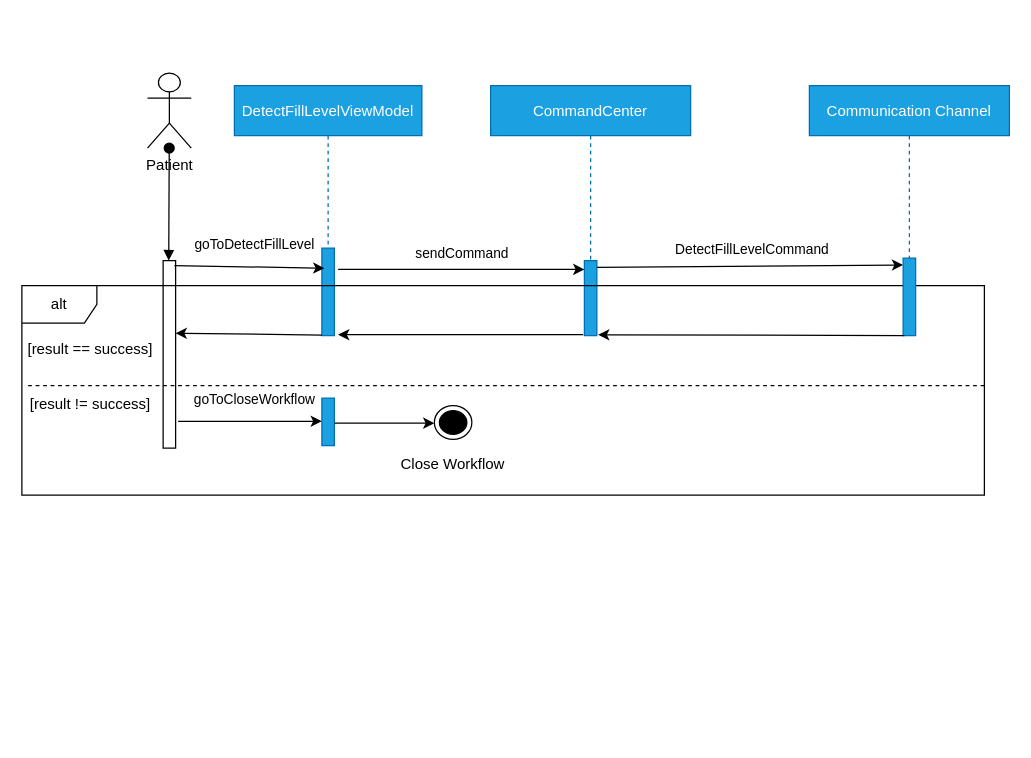
Before: Diagrama sin título.drawio in vespasoft/my_uml_diagrams, a draw.io diagram. Source tidied: cells renumbered, new cells numbered last; positions are measured from the earlier drawing's top-left corner, leaving out a move shared by most shapes. Both pictures are drawn from the tidied source at 125%, with x=0, y=0 at pixel (21, 72).
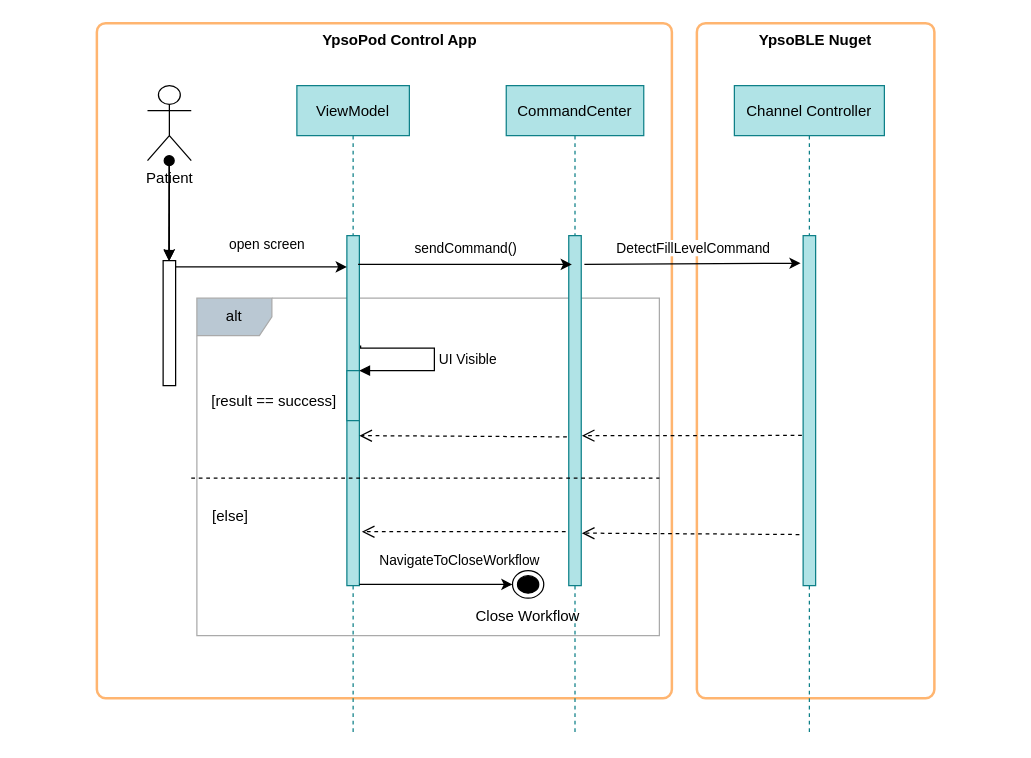
The same diagram, later.

What changed in the source:
```diff
@@
+    <mxCell id="26" style="rounded=1;whiteSpace=wrap;html=1;absoluteArcSize=1;arcSize=14;strokeWidth=2;strokeColor=#FFB570;" parent="1" vertex="1">
+      <mxGeometry x="540" y="-40" width="190" height="540" as="geometry" />
+    </mxCell>
+    <mxCell id="27" style="rounded=1;whiteSpace=wrap;html=1;absoluteArcSize=1;arcSize=14;strokeWidth=2;strokeColor=#FFB570;" parent="1" vertex="1">
+      <mxGeometry x="60" y="-40" width="460" height="540" as="geometry" />
+    </mxCell>
+    <mxCell id="15" value="alt" style="shape=umlFrame;whiteSpace=wrap;html=1;fillColor=#bac8d3;strokeColor=#AAAAAA;" parent="1" vertex="1">
+      <mxGeometry x="140" y="180" width="370" height="270" as="geometry" />
+    </mxCell>
-    <mxCell id="2" value="DetectFillLevelViewModel" style="shape=umlLifeline;perimeter=lifelinePerimeter;rounded=0;shadow=0;strokeWidth=1;fillColor=#1ba1e2;fontColor=#ffffff;strokeColor=#006EAF;" parent="1" vertex="1">
-      <mxGeometry x="170" y="10" width="150" height="130" as="geometry" />
+    <mxCell id="2" value="ViewModel" style="shape=umlLifeline;perimeter=lifelinePerimeter;rounded=0;shadow=0;strokeWidth=1;fillColor=#b0e3e6;strokeColor=#0e8088;" parent="1" vertex="1">
+      <mxGeometry x="220" y="10" width="90" height="520" as="geometry" />
     </mxCell>
-    <mxCell id="3" value="CommandCenter" style="shape=umlLifeline;perimeter=lifelinePerimeter;rounded=0;shadow=0;strokeWidth=1;fillColor=#1ba1e2;fontColor=#ffffff;strokeColor=#006EAF;" parent="1" vertex="1">
-      <mxGeometry x="375" y="10" width="160" height="140" as="geometry" />
+    <mxCell id="3" value="CommandCenter" style="shape=umlLifeline;perimeter=lifelinePerimeter;rounded=0;shadow=0;strokeWidth=1;fillColor=#b0e3e6;strokeColor=#0e8088;" parent="1" vertex="1">
+      <mxGeometry x="387.5" y="10" width="110" height="520" as="geometry" />
     </mxCell>
+    <mxCell id="28" style="edgeStyle=orthogonalEdgeStyle;rounded=0;jettySize=auto;html=1;" parent="1" edge="1" source="4" target="6">
+      <mxGeometry relative="1" as="geometry" />
+    </mxCell>
+    <mxCell id="29" style="edgeStyle=orthogonalEdgeStyle;rounded=0;jettySize=auto;html=1;" parent="1" edge="1" source="4" target="6">
+      <mxGeometry relative="1" as="geometry" />
+    </mxCell>
     <mxCell id="4" value="Patient" style="shape=umlActor;verticalLabelPosition=bottom;verticalAlign=top;html=1;outlineConnect=0;" parent="1" vertex="1">
-      <mxGeometry x="100.5" width="35" height="60" as="geometry" />
+      <mxGeometry x="100.5" y="10" width="35" height="60" as="geometry" />
     </mxCell>
@@
     <mxCell id="6" style="points=[];perimeter=orthogonalPerimeter;rounded=0;shadow=0;strokeWidth=1;" parent="1" vertex="1">
-      <mxGeometry x="113" y="150" width="10" height="150" as="geometry" />
+      <mxGeometry x="113" y="150" width="10" height="100" as="geometry" />
     </mxCell>
-    <mxCell id="7" style="points=[];perimeter=orthogonalPerimeter;rounded=0;shadow=0;strokeWidth=1;fillColor=#1ba1e2;fontColor=#ffffff;strokeColor=#006EAF;" parent="1" vertex="1">
-      <mxGeometry x="240" y="140" width="10" height="70" as="geometry" />
+    <mxCell id="7" style="points=[];perimeter=orthogonalPerimeter;rounded=0;shadow=0;strokeWidth=1;fillColor=#b0e3e6;strokeColor=#0e8088;" parent="1" vertex="1">
+      <mxGeometry x="260" y="130" width="10" height="280" as="geometry" />
     </mxCell>
-    <mxCell id="8" style="points=[];perimeter=orthogonalPerimeter;rounded=0;shadow=0;strokeWidth=1;fillColor=#1ba1e2;fontColor=#ffffff;strokeColor=#006EAF;" parent="1" vertex="1">
-      <mxGeometry x="450" y="150" width="10" height="60" as="geometry" />
+    <mxCell id="8" style="points=[];perimeter=orthogonalPerimeter;rounded=0;shadow=0;strokeWidth=1;fillColor=#b0e3e6;strokeColor=#0e8088;" parent="1" vertex="1">
+      <mxGeometry x="437.5" y="130" width="10" height="280" as="geometry" />
     </mxCell>
-    <mxCell id="9" value="goToDetectFillLevel" style="endArrow=classic;html=1;rounded=0;exitX=0.9;exitY=0.027;exitDx=0;exitDy=0;exitPerimeter=0;entryX=0.2;entryY=0.229;entryDx=0;entryDy=0;entryPerimeter=0;" parent="1" edge="1" source="6" target="7">
-      <mxGeometry x="0.06" y="18" relative="1" as="geometry" />
+    <mxCell id="9" value="open screen" style="endArrow=classic;html=1;rounded=0;exitX=1;exitY=0.03;exitDx=0;exitDy=0;exitPerimeter=0;" parent="1" edge="1">
+      <mxGeometry x="0.06" y="18" relative="1" as="geometry">
+        <mxPoint x="123" y="155" as="sourcePoint" />
+        <mxPoint x="260" y="155" as="targetPoint" />
+      </mxGeometry>
     </mxCell>
-    <mxCell id="10" style="endArrow=classic;html=1;rounded=0;entryX=1.3;entryY=0.989;entryDx=0;entryDy=0;entryPerimeter=0;exitX=-0.1;exitY=0.988;exitDx=0;exitDy=0;exitPerimeter=0;" parent="1" edge="1" source="8" target="7">
-      <mxGeometry relative="1" as="geometry" />
-    </mxCell>
-    <mxCell id="11" value="sendCommand" style="endArrow=classic;html=1;rounded=0;exitX=1.3;exitY=0.111;exitDx=0;exitDy=0;exitPerimeter=0;" parent="1" edge="1">
+    <mxCell id="11" value="sendCommand()" style="endArrow=classic;html=1;rounded=0;exitX=0.9;exitY=0.082;exitDx=0;exitDy=0;exitPerimeter=0;" parent="1" edge="1" source="7">
       <mxGeometry x="0.01" y="13" relative="1" as="geometry">
-        <mxPoint x="253" y="157" as="sourcePoint" />
-        <mxPoint x="450" y="157" as="targetPoint" />
+        <mxPoint x="440" y="153" as="targetPoint" />
       </mxGeometry>
     </mxCell>
-    <mxCell id="12" value="Communication Channel" style="shape=umlLifeline;perimeter=lifelinePerimeter;rounded=0;shadow=0;strokeWidth=1;fillColor=#1ba1e2;fontColor=#ffffff;strokeColor=#006EAF;" parent="1" vertex="1">
-      <mxGeometry x="630" y="10" width="160" height="140" as="geometry" />
+    <mxCell id="12" value="Channel Controller" style="shape=umlLifeline;perimeter=lifelinePerimeter;rounded=0;shadow=0;strokeWidth=1;fillColor=#b0e3e6;strokeColor=#0e8088;" parent="1" vertex="1">
+      <mxGeometry x="570" y="10" width="120" height="520" as="geometry" />
     </mxCell>
+    <mxCell id="17" style="points=[];perimeter=orthogonalPerimeter;rounded=0;shadow=0;strokeWidth=1;fillColor=#b0e3e6;strokeColor=#0e8088;" parent="12" vertex="1">
+      <mxGeometry x="55" y="120" width="10" height="280" as="geometry" />
+    </mxCell>
-    <mxCell id="13" value="DetectFillLevelCommand" style="endArrow=classic;html=1;rounded=0;exitX=1.3;exitY=0.111;exitDx=0;exitDy=0;exitPerimeter=0;entryX=0;entryY=0.088;entryDx=0;entryDy=0;entryPerimeter=0;" parent="1" edge="1" target="17">
+    <mxCell id="13" value="DetectFillLevelCommand" style="endArrow=classic;html=1;rounded=0;entryX=-0.2;entryY=0.079;entryDx=0;entryDy=0;entryPerimeter=0;" parent="1" edge="1" target="17">
       <mxGeometry x="0.01" y="13" relative="1" as="geometry">
-        <mxPoint x="460" y="155.4" as="sourcePoint" />
+        <mxPoint x="450" y="153" as="sourcePoint" />
       </mxGeometry>
     </mxCell>
-    <mxCell id="14" style="endArrow=classic;html=1;rounded=0;exitX=0;exitY=0.993;exitDx=0;exitDy=0;exitPerimeter=0;entryX=1;entryY=0.387;entryDx=0;entryDy=0;entryPerimeter=0;" parent="1" edge="1" source="7" target="6">
-      <mxGeometry x="0.09" y="-20" relative="1" as="geometry" />
-    </mxCell>
-    <mxCell id="15" value="alt" style="shape=umlFrame;whiteSpace=wrap;html=1;" parent="1" vertex="1">
-      <mxGeometry y="170" width="770" height="167.5" as="geometry" />
-    </mxCell>
     <mxCell id="16" value="[result == success]" style="text;html=1;strokeColor=none;fillColor=none;align=center;verticalAlign=middle;whiteSpace=wrap;rounded=0;" parent="1" vertex="1">
-      <mxGeometry y="206" width="110" height="30" as="geometry" />
+      <mxGeometry x="147" y="248" width="110" height="30" as="geometry" />
     </mxCell>
-    <mxCell id="17" style="points=[];perimeter=orthogonalPerimeter;rounded=0;shadow=0;strokeWidth=1;fillColor=#1ba1e2;fontColor=#ffffff;strokeColor=#006EAF;" parent="1" vertex="1">
-      <mxGeometry x="705" y="148" width="10" height="62" as="geometry" />
-    </mxCell>
-    <mxCell id="18" style="endArrow=classic;html=1;rounded=0;exitX=0.1;exitY=1;exitDx=0;exitDy=0;exitPerimeter=0;entryX=1.1;entryY=0.988;entryDx=0;entryDy=0;entryPerimeter=0;" parent="1" edge="1" source="17" target="8">
-      <mxGeometry relative="1" as="geometry" />
-    </mxCell>
-    <mxCell id="19" style="endArrow=none;dashed=1;html=1;rounded=0;exitX=0;exitY=0;exitDx=0;exitDy=0;entryX=1;entryY=0.478;entryDx=0;entryDy=0;entryPerimeter=0;" parent="1" edge="1" source="20" target="15">
-      <mxGeometry relative="1" as="geometry">
-        <Array as="points">
-          <mxPoint x="340" y="250" />
-          <mxPoint x="670" y="250" />
-        </Array>
-      </mxGeometry>
-    </mxCell>
-    <mxCell id="20" value="[result != success]" style="text;html=1;strokeColor=none;fillColor=none;align=center;verticalAlign=middle;whiteSpace=wrap;rounded=0;" parent="1" vertex="1">
-      <mxGeometry x="5" y="250" width="100" height="30" as="geometry" />
+    <mxCell id="20" value="[else]" style="text;html=1;strokeColor=none;fillColor=none;align=center;verticalAlign=middle;whiteSpace=wrap;rounded=0;" parent="1" vertex="1">
+      <mxGeometry x="147" y="340" width="40" height="30" as="geometry" />
     </mxCell>
-    <mxCell id="21" style="perimeter=orthogonalPerimeter;rounded=0;shadow=0;strokeWidth=1;fillColor=#1ba1e2;fontColor=#ffffff;strokeColor=#006EAF;" parent="1" vertex="1">
-      <mxGeometry x="240" y="260" width="10" height="38" as="geometry" />
-    </mxCell>
-    <mxCell id="22" value="goToCloseWorkflow" style="endArrow=classic;html=1;rounded=0;exitX=1.2;exitY=0.037;exitDx=0;exitDy=0;exitPerimeter=0;" parent="1" edge="1">
-      <mxGeometry x="0.06" y="18" relative="1" as="geometry">
-        <mxPoint x="125" y="278.5" as="sourcePoint" />
-        <mxPoint x="240" y="278.5" as="targetPoint" />
+    <mxCell id="22" value="NavigateToCloseWorkflow" style="endArrow=classic;html=1;rounded=0;exitX=1.2;exitY=0.037;exitDx=0;exitDy=0;exitPerimeter=0;entryX=0;entryY=0.5;entryDx=0;entryDy=0;" parent="1" edge="1" target="23">
+      <mxGeometry x="0.31" y="19" relative="1" as="geometry">
+        <mxPoint x="270" y="409" as="sourcePoint" />
       </mxGeometry>
     </mxCell>
     <mxCell id="23" style="ellipse;html=1;shape=endState;fillColor=#000000;strokeColor=#000000;" parent="1" vertex="1">
-      <mxGeometry x="330" y="266" width="30" height="27" as="geometry" />
+      <mxGeometry x="392.5" y="398" width="25" height="22" as="geometry" />
     </mxCell>
-    <mxCell id="24" style="endArrow=classic;html=1;rounded=0;exitX=1.2;exitY=0.037;exitDx=0;exitDy=0;exitPerimeter=0;" parent="1" edge="1">
-      <mxGeometry x="0.05" y="18" relative="1" as="geometry">
-        <mxPoint x="250" y="280" as="sourcePoint" />
-        <mxPoint x="330" y="280" as="targetPoint" />
-      </mxGeometry>
-    </mxCell>
     <mxCell id="25" value="Close Workflow" style="text;html=1;strokeColor=none;fillColor=none;align=center;verticalAlign=middle;whiteSpace=wrap;rounded=0;" parent="1" vertex="1">
-      <mxGeometry x="290" y="298" width="110" height="30" as="geometry" />
+      <mxGeometry x="350" y="420" width="110" height="30" as="geometry" />
     </mxCell>
+    <mxCell id="30" style="html=1;verticalAlign=bottom;endArrow=open;dashed=1;endSize=8;rounded=0;entryX=1.05;entryY=0.5;entryDx=0;entryDy=0;entryPerimeter=0;exitX=-0.1;exitY=0.571;exitDx=0;exitDy=0;exitPerimeter=0;" parent="1" edge="1" source="17">
+      <mxGeometry x="0.01" relative="1" as="geometry">
+        <mxPoint x="448" y="290" as="targetPoint" />
+      </mxGeometry>
+    </mxCell>
+    <mxCell id="31" style="html=1;verticalAlign=bottom;endArrow=open;dashed=1;endSize=8;rounded=0;exitX=-0.15;exitY=0.504;exitDx=0;exitDy=0;exitPerimeter=0;" parent="1" edge="1">
+      <mxGeometry relative="1" as="geometry">
+        <mxPoint x="436" y="291" as="sourcePoint" />
+        <mxPoint x="270" y="290" as="targetPoint" />
+      </mxGeometry>
+    </mxCell>
+    <mxCell id="18" style="html=1;verticalAlign=bottom;endArrow=open;dashed=1;endSize=8;rounded=0;exitX=-0.3;exitY=0.854;exitDx=0;exitDy=0;exitPerimeter=0;entryX=1.05;entryY=0.85;entryDx=0;entryDy=0;entryPerimeter=0;" parent="1" edge="1" source="17" target="8">
+      <mxGeometry x="0.01" relative="1" as="geometry" />
+    </mxCell>
+    <mxCell id="32" style="html=1;points=[];perimeter=orthogonalPerimeter;strokeColor=#0e8088;fillColor=#b0e3e6;" parent="1" vertex="1">
+      <mxGeometry x="260" y="238" width="10" height="40" as="geometry" />
+    </mxCell>
+    <mxCell id="33" value="UI Visible" style="edgeStyle=orthogonalEdgeStyle;html=1;align=left;spacingLeft=2;endArrow=block;rounded=0;entryX=1;entryY=0;exitX=1.1;exitY=0.314;exitDx=0;exitDy=0;exitPerimeter=0;" parent="1" edge="1" source="7" target="32">
+      <mxGeometry relative="1" as="geometry">
+        <Array as="points">
+          <mxPoint x="271" y="220" />
+          <mxPoint x="330" y="220" />
+          <mxPoint x="330" y="238" />
+        </Array>
+      </mxGeometry>
+    </mxCell>
+    <mxCell id="10" style="html=1;verticalAlign=bottom;endArrow=open;dashed=1;endSize=8;rounded=0;exitX=-0.25;exitY=0.846;exitDx=0;exitDy=0;exitPerimeter=0;entryX=1.2;entryY=0.846;entryDx=0;entryDy=0;entryPerimeter=0;" parent="1" edge="1" source="8" target="7">
+      <mxGeometry relative="1" as="geometry" />
+    </mxCell>
+    <mxCell id="34" style="line;strokeWidth=1;fillColor=none;align=left;verticalAlign=middle;spacingTop=-1;spacingLeft=3;spacingRight=3;labelPosition=right;strokeColor=inherit;dashed=1;" parent="1" vertex="1">
+      <mxGeometry x="135.5" y="320" width="374.5" height="8" as="geometry" />
+    </mxCell>
+    <mxCell id="35" value="YpsoPod Control App" style="text;align=center;fontStyle=1;verticalAlign=middle;spacingLeft=3;spacingRight=3;strokeColor=none;" parent="1" vertex="1">
+      <mxGeometry x="212.5" y="-40" width="180" height="26" as="geometry" />
+    </mxCell>
+    <mxCell id="36" value="YpsoBLE Nuget" style="text;align=center;fontStyle=1;verticalAlign=middle;spacingLeft=3;spacingRight=3;strokeColor=none;" parent="1" vertex="1">
+      <mxGeometry x="545" y="-40" width="180" height="26" as="geometry" />
+    </mxCell>
```
